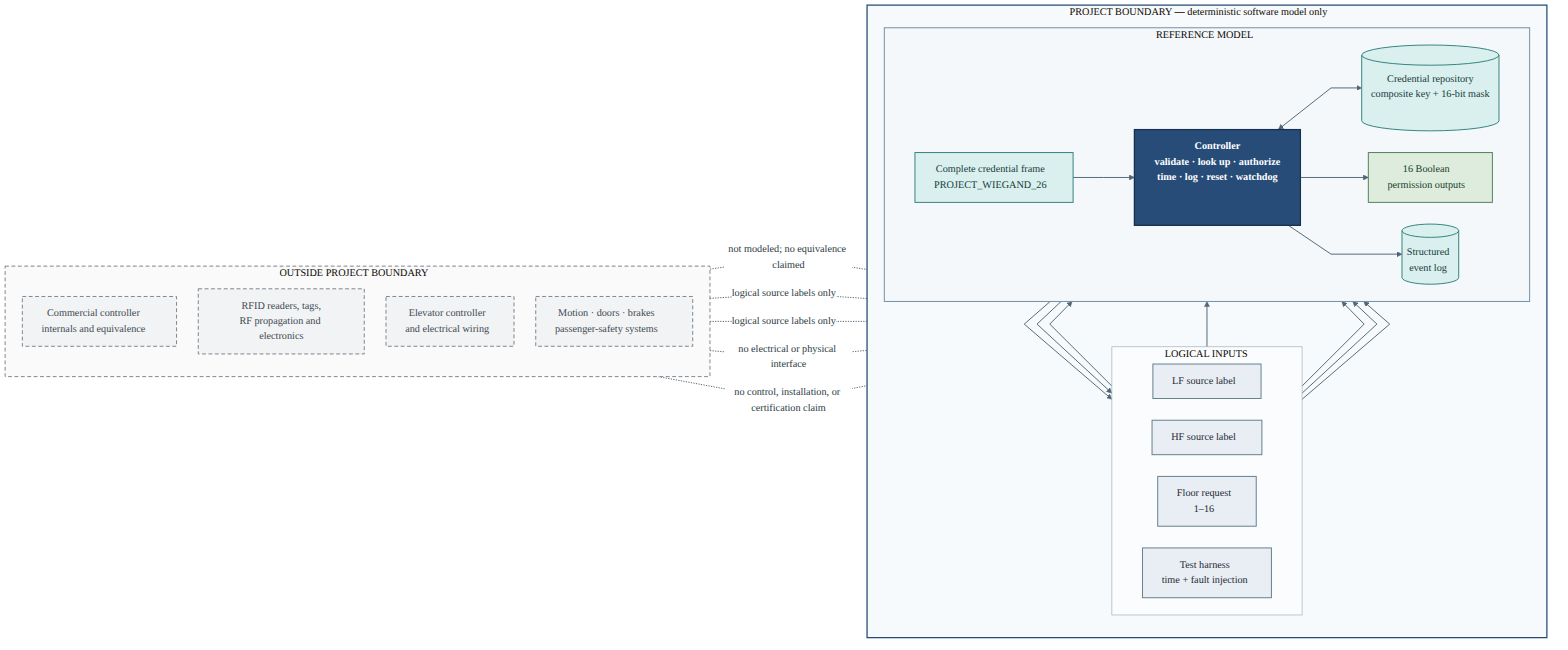
This is docs/figures/system_context.png from BarShtainv/EEEProjectElevator, a Mermaid export, as it was before one commit. Its source is kept beside it as docs/figures/system_context.mmd.
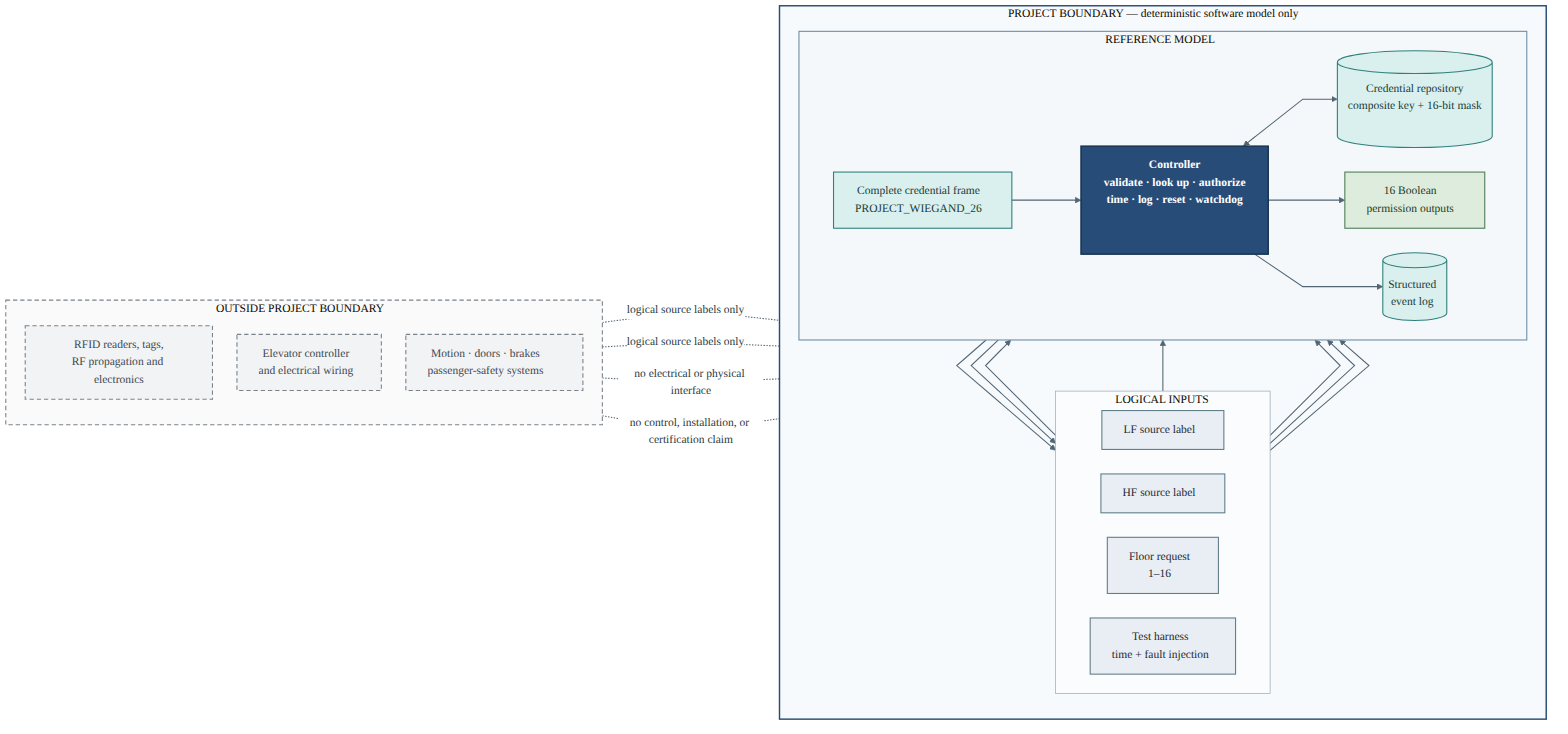
Later version of the same file.

Change to the diagram source:
```diff
@@ -36,13 +36,11 @@
 
     subgraph EX["OUTSIDE PROJECT BOUNDARY"]
         direction TB
-        COMM["Commercial controller<br/>internals and equivalence"]
         RFID["RFID readers, tags,<br/>RF propagation and electronics"]
         ELEV["Elevator controller<br/>and electrical wiring"]
         SAFETY["Motion · doors · brakes<br/>passenger-safety systems"]
     end
 
-    COMM -. "not modeled; no equivalence claimed" .- CTRL
     RFID -. "logical source labels only" .- LF
     RFID -. "logical source labels only" .- HF
     ELEV -. "no electrical or physical interface" .- OUT
@@ -58,7 +56,7 @@
     class CTRL controller;
     class MSG,DB,LOG data;
     class OUT success;
-    class COMM,RFID,ELEV,SAFETY outOfScope;
+    class RFID,ELEV,SAFETY outOfScope;
 
     style PB fill:#F7FAFC,stroke:#274C77,stroke-width:2px
     style INPUTS fill:#FBFCFD,stroke:#9AAAB6,stroke-width:1px
```
